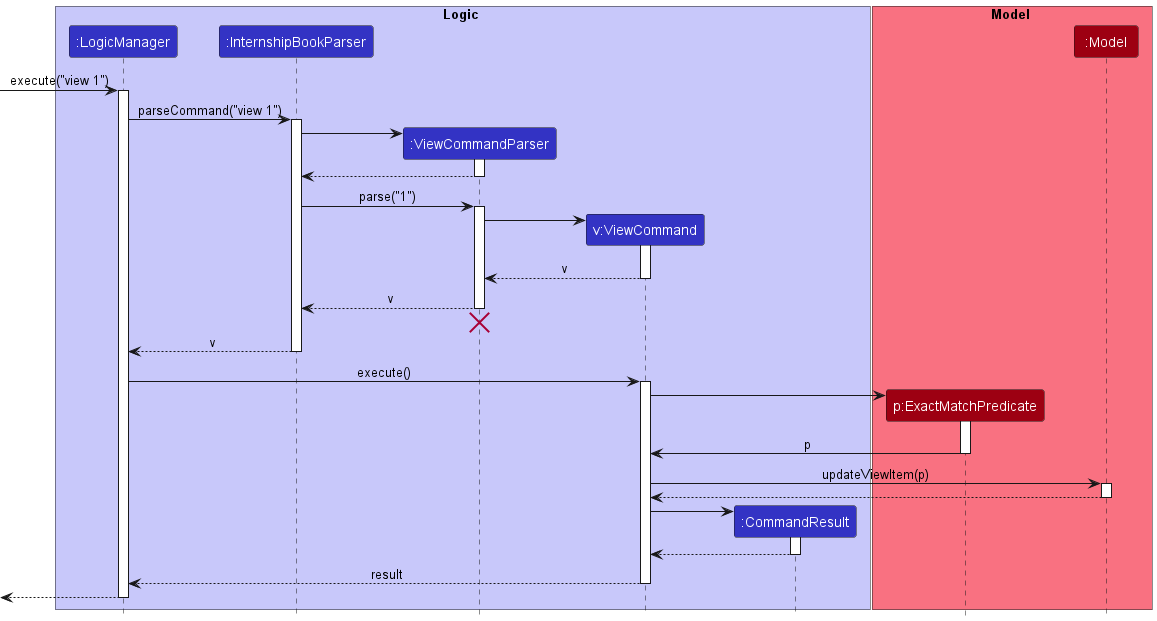
nus-cs2103-AY2223S1/tp keeps this PlantUML diagram as docs/images/ViewSequenceDiagram.png. Above is the earlier version. Its diagram source:
```plantuml
@startuml
!include style.puml

box Logic LOGIC_COLOR_T1
participant ":LogicManager" as LogicManager LOGIC_COLOR
participant ":InternshipBookParser" as InternshipBookParser LOGIC_COLOR
participant ":ViewCommandParser" as ViewCommandParser LOGIC_COLOR
participant "v:ViewCommand" as ViewCommand LOGIC_COLOR
participant ":CommandResult" as CommandResult LOGIC_COLOR
end box

box Model MODEL_COLOR_T1
participant "p:ExactMatchPredicate" as Predicate MODEL_COLOR
participant ":Model" as Model MODEL_COLOR
end box

[-> LogicManager : execute("view 1")
activate LogicManager

LogicManager -> InternshipBookParser : parseCommand("view 1")
activate InternshipBookParser

create ViewCommandParser
InternshipBookParser -> ViewCommandParser
activate ViewCommandParser

ViewCommandParser --> InternshipBookParser
deactivate ViewCommandParser

InternshipBookParser -> ViewCommandParser : parse("1")
activate ViewCommandParser

create ViewCommand
ViewCommandParser -> ViewCommand
activate ViewCommand

ViewCommand --> ViewCommandParser : v
deactivate ViewCommand

ViewCommandParser --> InternshipBookParser : v
deactivate ViewCommandParser
ViewCommandParser -[hidden]-> InternshipBookParser
destroy ViewCommandParser

InternshipBookParser --> LogicManager : v
deactivate InternshipBookParser

LogicManager -> ViewCommand : execute()
activate ViewCommand

create Predicate
ViewCommand -> Predicate
activate Predicate

Predicate -> ViewCommand : p
deactivate Predicate

ViewCommand -> Model : updateViewItem(p)
activate Model

Model --> ViewCommand
deactivate Model

create CommandResult
ViewCommand -> CommandResult
activate CommandResult

CommandResult --> ViewCommand
deactivate CommandResult

ViewCommand --> LogicManager : result
deactivate ViewCommand

[<--LogicManager
deactivate LogicManager
@enduml
```
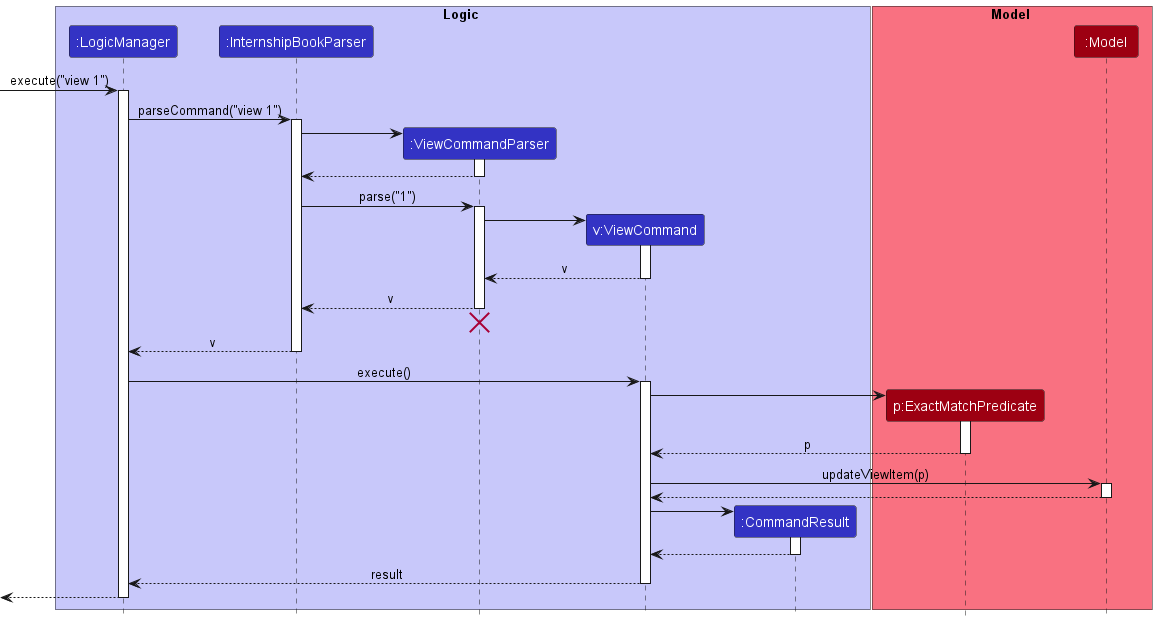
The same file after the commit.

Commit message:
Update sequence diagrams

Change to the diagram source:
```diff
@@ -52,7 +52,7 @@
 ViewCommand -> Predicate
 activate Predicate
 
-Predicate -> ViewCommand : p
+Predicate --> ViewCommand : p
 deactivate Predicate
 
 ViewCommand -> Model : updateViewItem(p)
```
